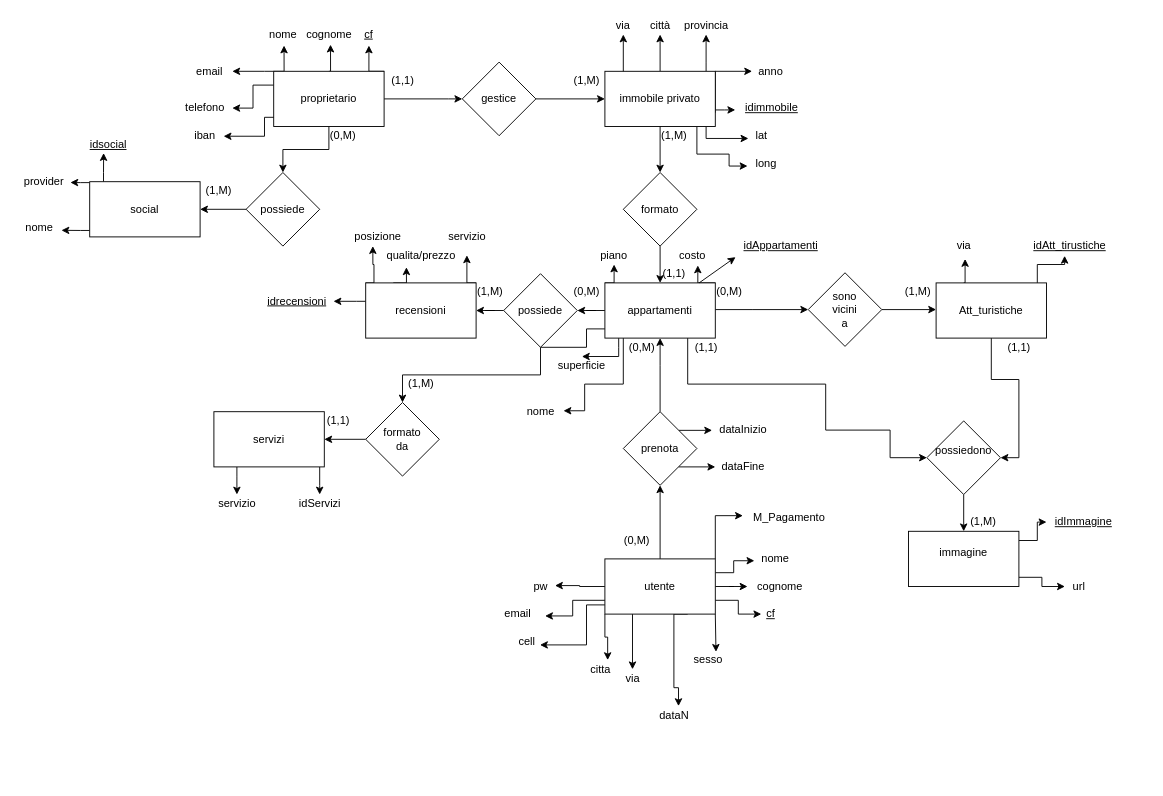
Earlier version of the draw.io diagram schema er.drawio (MrPinko/Esame-affitti). Source tidied: cells renumbered, new cells numbered last; positions are measured from the earlier drawing's top-left corner, leaving out a move shared by most shapes. Both pictures are drawn from the tidied source at 92%, with x=0, y=0 at pixel (16, 16).
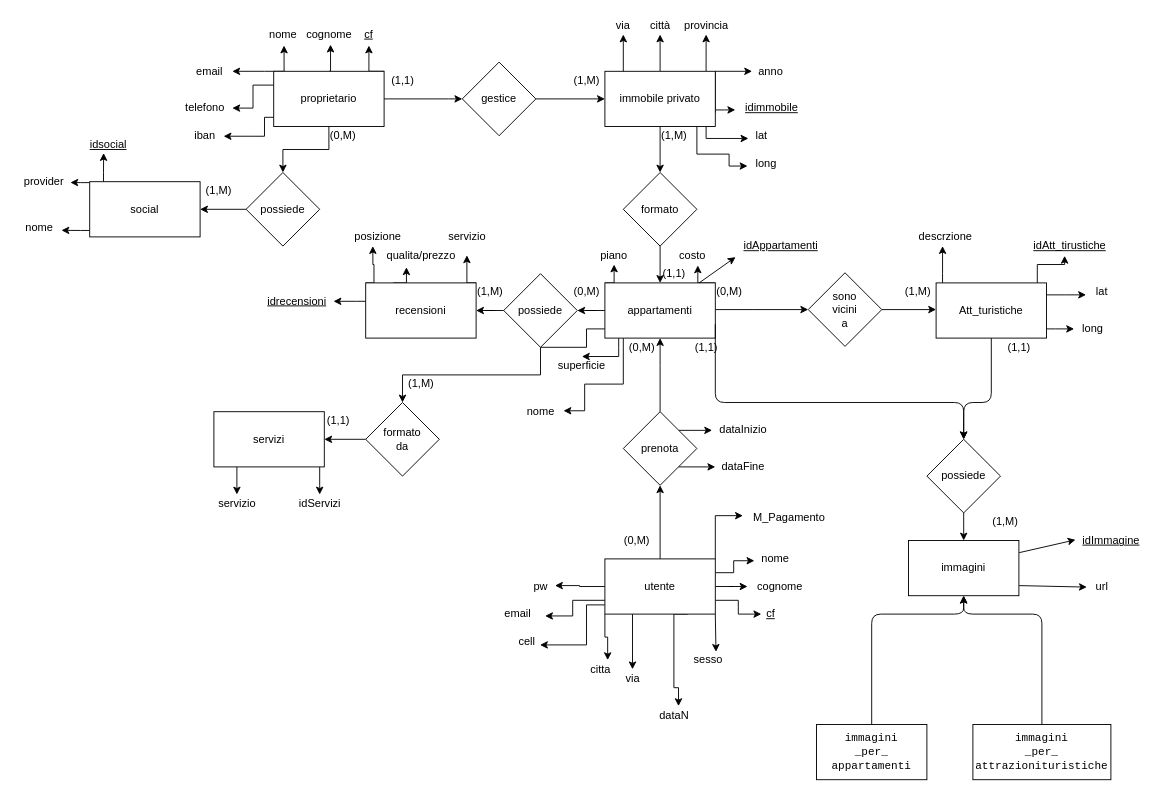
Above is the later version.

Commit message:
aggiunte immagini, descrizione attrazioni turistiche.drawio

Unchanged cells that the change refers to:
```xml
<mxCell id="21" value="appartamenti" style="whiteSpace=wrap;html=1;rounded=0;direction=west;" parent="1" vertex="1">
  <mxGeometry x="640" y="290" width="120" height="60" as="geometry" />
</mxCell>
<mxCell id="33" value="Att_turistiche" style="whiteSpace=wrap;html=1;rounded=0;" parent="1" vertex="1">
  <mxGeometry x="1000" y="290" width="120" height="60" as="geometry" />
</mxCell>
```

Diff of the diagram source:
```diff
@@
-    <mxCell id="18" style="edgeStyle=orthogonalEdgeStyle;rounded=0;jettySize=auto;html=1;entryX=0;entryY=0.5;entryDx=0;entryDy=0;" parent="1" edge="1" source="21" target="124">
-      <mxGeometry relative="1" as="geometry">
-        <Array as="points">
-          <mxPoint x="730" y="400" />
-          <mxPoint x="880" y="400" />
-          <mxPoint x="880" y="450" />
-          <mxPoint x="950" y="450" />
-          <mxPoint x="950" y="480" />
-        </Array>
-      </mxGeometry>
-    </mxCell>
@@
-    <mxCell id="30" style="edgeStyle=orthogonalEdgeStyle;rounded=0;jettySize=auto;html=1;exitX=0.25;exitY=0;exitDx=0;exitDy=0;entryX=0.55;entryY=1.2;entryDx=0;entryDy=0;entryPerimeter=0;" parent="1" edge="1" source="33" target="34">
-      <mxGeometry relative="1" as="geometry" />
-    </mxCell>
@@
-    <mxCell id="32" style="edgeStyle=orthogonalEdgeStyle;rounded=0;jettySize=auto;html=1;entryX=1;entryY=0.5;entryDx=0;entryDy=0;" parent="1" edge="1" source="33" target="124">
-      <mxGeometry relative="1" as="geometry" />
-    </mxCell>
+    <mxCell id="141" style="edgeStyle=orthogonalEdgeStyle;rounded=0;jettySize=auto;html=1;entryX=0.463;entryY=1;entryDx=0;entryDy=0;entryPerimeter=0;" parent="1" edge="1" source="33" target="144">
+      <mxGeometry relative="1" as="geometry">
+        <Array as="points">
+          <mxPoint x="1007" y="280" />
+          <mxPoint x="1007" y="280" />
+        </Array>
+      </mxGeometry>
+    </mxCell>
+    <mxCell id="142" style="edgeStyle=orthogonalEdgeStyle;rounded=0;jettySize=auto;html=1;entryX=-0.067;entryY=0.65;entryDx=0;entryDy=0;entryPerimeter=0;" parent="1" edge="1" source="33" target="145">
+      <mxGeometry relative="1" as="geometry">
+        <Array as="points">
+          <mxPoint x="1140" y="303" />
+          <mxPoint x="1140" y="303" />
+        </Array>
+      </mxGeometry>
+    </mxCell>
+    <mxCell id="143" style="edgeStyle=orthogonalEdgeStyle;rounded=0;jettySize=auto;html=1;entryX=0;entryY=0.5;entryDx=0;entryDy=0;entryPerimeter=0;" parent="1" edge="1" source="33" target="146">
+      <mxGeometry relative="1" as="geometry">
+        <Array as="points">
+          <mxPoint x="1130" y="340" />
+          <mxPoint x="1130" y="340" />
+        </Array>
+      </mxGeometry>
+    </mxCell>
@@
-    <mxCell id="34" value="via" style="text;html=1;align=center;verticalAlign=middle;points=[];fillColor=none;strokeColor=none;rounded=0;" parent="1" vertex="1">
-      <mxGeometry x="1015" y="240" width="30" height="20" as="geometry" />
-    </mxCell>
@@
-    <mxCell id="119" style="edgeStyle=orthogonalEdgeStyle;rounded=0;jettySize=auto;html=1;" parent="1" edge="1" source="121" target="139">
-      <mxGeometry relative="1" as="geometry">
-        <Array as="points">
-          <mxPoint x="1110" y="570" />
-          <mxPoint x="1110" y="550" />
-        </Array>
-      </mxGeometry>
-    </mxCell>
-    <mxCell id="120" style="edgeStyle=orthogonalEdgeStyle;rounded=0;jettySize=auto;html=1;entryX=0;entryY=0.5;entryDx=0;entryDy=0;entryPerimeter=0;" parent="1" edge="1" source="121" target="140">
-      <mxGeometry relative="1" as="geometry">
-        <Array as="points">
-          <mxPoint x="1115" y="610" />
-          <mxPoint x="1115" y="620" />
-        </Array>
-      </mxGeometry>
-    </mxCell>
-    <mxCell id="121" value="&lt;div&gt;immagine&lt;/div&gt;&lt;div&gt;&lt;br&gt;&lt;/div&gt;" style="whiteSpace=wrap;html=1;" parent="1" vertex="1">
-      <mxGeometry x="970" y="560" width="120" height="60" as="geometry" />
+    <mxCell id="121" value="&lt;div&gt;&lt;code class=&quot;sql&quot;&gt;&lt;span class=&quot;cm-variable-2&quot;&gt;immagini&lt;/span&gt;&lt;/code&gt;&lt;/div&gt;&lt;div&gt;&lt;code class=&quot;sql&quot;&gt;&lt;span class=&quot;cm-variable-2&quot;&gt;_per_&lt;/span&gt;&lt;/code&gt;&lt;/div&gt;&lt;div&gt;&lt;code class=&quot;sql&quot;&gt;&lt;span class=&quot;cm-variable-2&quot;&gt;appartamenti&lt;/span&gt;&lt;/code&gt;&lt;/div&gt;" style="whiteSpace=wrap;html=1;" parent="1" vertex="1">
+      <mxGeometry x="870" y="770" width="120" height="60" as="geometry" />
     </mxCell>
@@
-    <mxCell id="123" style="edgeStyle=orthogonalEdgeStyle;rounded=0;jettySize=auto;html=1;" parent="1" edge="1" source="124" target="121">
-      <mxGeometry relative="1" as="geometry" />
-    </mxCell>
-    <mxCell id="124" value="&lt;div&gt;possiedono&lt;/div&gt;&lt;div&gt;&lt;br&gt;&lt;/div&gt;" style="rhombus;whiteSpace=wrap;html=1;" parent="1" vertex="1">
-      <mxGeometry x="990" y="440" width="80" height="80" as="geometry" />
+    <mxCell id="124" value="&lt;div&gt;possiede&lt;/div&gt;" style="rhombus;whiteSpace=wrap;html=1;" parent="1" vertex="1">
+      <mxGeometry x="990" y="460" width="80" height="80" as="geometry" />
     </mxCell>
@@
-    <mxCell id="126" value="(1,M)" style="text;html=1;align=center;verticalAlign=middle;strokeColor=none;" parent="1" vertex="1">
-      <mxGeometry x="1031" y="540" width="40" height="20" as="geometry" />
-    </mxCell>
@@
+    <mxCell id="144" value="descrzione" style="text;html=1;align=center;verticalAlign=middle;points=[];strokeColor=none;" parent="1" vertex="1">
+      <mxGeometry x="970" y="230" width="80" height="20" as="geometry" />
+    </mxCell>
+    <mxCell id="145" value="&lt;div&gt;lat&lt;/div&gt;" style="text;html=1;align=center;verticalAlign=middle;points=[];strokeColor=none;" parent="1" vertex="1">
+      <mxGeometry x="1165" y="290" width="30" height="20" as="geometry" />
+    </mxCell>
+    <mxCell id="146" value="&lt;div&gt;long&lt;/div&gt;" style="text;html=1;align=center;verticalAlign=middle;points=[];strokeColor=none;" parent="1" vertex="1">
+      <mxGeometry x="1150" y="330" width="40" height="20" as="geometry" />
+    </mxCell>
+    <mxCell id="18" style="endArrow=classic;html=1;exitX=0;exitY=0.25;exitDx=0;exitDy=0;entryX=0.5;entryY=0;entryDx=0;entryDy=0;" parent="1" edge="1" source="21" target="124">
+      <mxGeometry relative="1" as="geometry">
+        <Array as="points">
+          <mxPoint x="760" y="420" />
+          <mxPoint x="1030" y="420" />
+        </Array>
+      </mxGeometry>
+    </mxCell>
+    <mxCell id="147" value="&lt;div&gt;&lt;code class=&quot;sql&quot;&gt;&lt;span class=&quot;cm-variable-2&quot;&gt;immagini&lt;/span&gt;&lt;/code&gt;&lt;/div&gt;&lt;div&gt;&lt;code class=&quot;sql&quot;&gt;&lt;span class=&quot;cm-variable-2&quot;&gt;_per_&lt;/span&gt;&lt;/code&gt;&lt;/div&gt;&lt;div&gt;&lt;code class=&quot;sql&quot;&gt;&lt;span class=&quot;cm-variable-2&quot;&gt;attrazionituristiche&lt;/span&gt;&lt;/code&gt;&lt;/div&gt;" style="whiteSpace=wrap;html=1;" parent="1" vertex="1">
+      <mxGeometry x="1040" y="770" width="150" height="60" as="geometry" />
+    </mxCell>
+    <mxCell id="126" value="(1,M)" style="text;html=1;align=center;verticalAlign=middle;strokeColor=none;" parent="1" vertex="1">
+      <mxGeometry x="1055" y="540" width="40" height="20" as="geometry" />
+    </mxCell>
+    <mxCell id="32" style="endArrow=classic;html=1;exitX=0.5;exitY=1;exitDx=0;exitDy=0;entryX=0.5;entryY=0;entryDx=0;entryDy=0;" parent="1" edge="1" source="33" target="124">
+      <mxGeometry relative="1" as="geometry">
+        <Array as="points">
+          <mxPoint x="1060" y="420" />
+          <mxPoint x="1030" y="420" />
+        </Array>
+      </mxGeometry>
+    </mxCell>
+    <mxCell id="148" style="endArrow=classic;html=1;exitX=0.5;exitY=0;exitDx=0;exitDy=0;entryX=0.5;entryY=1;entryDx=0;entryDy=0;" parent="1" edge="1" source="121" target="150">
+      <mxGeometry relative="1" as="geometry">
+        <Array as="points">
+          <mxPoint x="930" y="650" />
+          <mxPoint x="1030" y="650" />
+        </Array>
+      </mxGeometry>
+    </mxCell>
+    <mxCell id="149" style="endArrow=classic;html=1;exitX=0.5;exitY=0;exitDx=0;exitDy=0;entryX=0.5;entryY=1;entryDx=0;entryDy=0;" parent="1" edge="1" source="147" target="150">
+      <mxGeometry relative="1" as="geometry">
+        <Array as="points">
+          <mxPoint x="1115" y="650" />
+          <mxPoint x="1030" y="650" />
+        </Array>
+      </mxGeometry>
+    </mxCell>
+    <mxCell id="150" value="immagini" style="whiteSpace=wrap;html=1;" parent="1" vertex="1">
+      <mxGeometry x="970" y="570" width="120" height="60" as="geometry" />
+    </mxCell>
     <mxCell id="139" value="&lt;u&gt;idImmagine&lt;/u&gt;" style="text;html=1;align=center;verticalAlign=middle;points=[];strokeColor=none;" parent="1" vertex="1">
-      <mxGeometry x="1120" y="540" width="80" height="20" as="geometry" />
+      <mxGeometry x="1150" y="560" width="80" height="20" as="geometry" />
     </mxCell>
     <mxCell id="140" value="&lt;div&gt;url&lt;/div&gt;" style="text;html=1;align=center;verticalAlign=middle;points=[];strokeColor=none;" parent="1" vertex="1">
-      <mxGeometry x="1140" y="610" width="30" height="20" as="geometry" />
+      <mxGeometry x="1165" y="610" width="30" height="20" as="geometry" />
     </mxCell>
+    <mxCell id="151" style="endArrow=classic;html=1;entryX=0.5;entryY=0;entryDx=0;entryDy=0;exitX=0.5;exitY=1;exitDx=0;exitDy=0;" parent="1" edge="1" source="124" target="150">
+      <mxGeometry relative="1" as="geometry" />
+    </mxCell>
+    <mxCell id="152" style="endArrow=classic;html=1;entryX=0.019;entryY=0.463;entryDx=0;entryDy=0;entryPerimeter=0;exitX=1.003;exitY=0.22;exitDx=0;exitDy=0;exitPerimeter=0;" parent="1" edge="1" source="150" target="139">
+      <mxGeometry relative="1" as="geometry" />
+    </mxCell>
+    <mxCell id="153" style="endArrow=classic;html=1;exitX=1.003;exitY=0.817;exitDx=0;exitDy=0;entryX=-0.039;entryY=0.533;entryDx=0;entryDy=0;entryPerimeter=0;exitPerimeter=0;" parent="1" edge="1" source="150" target="140">
+      <mxGeometry relative="1" as="geometry" />
+    </mxCell>
```
